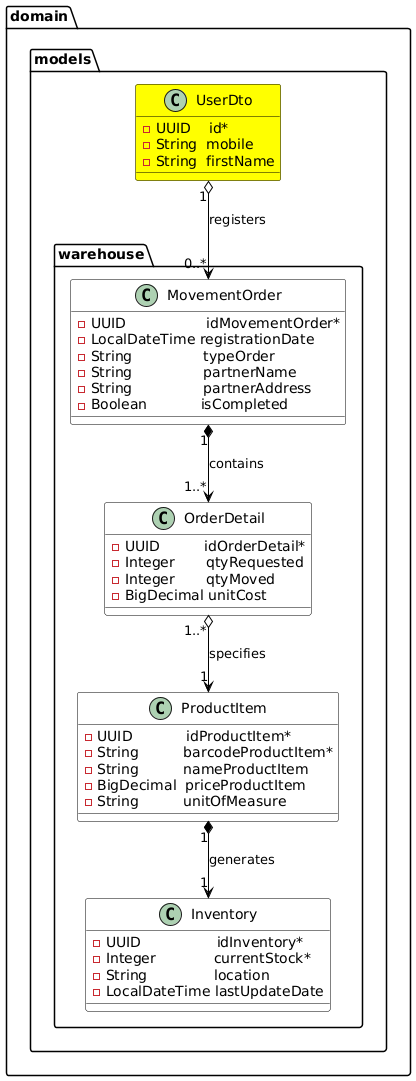
miw-upm/apaw-practice keeps this PlantUML diagram as docs/warehouse.png. Above is the earlier version. The source it was exported from:
```plantuml
@startuml
skinparam class {
    BackgroundColor White
    BorderColor Black
    ArrowColor Black
}

package domain {

  package models {

    class UserDto #Yellow  {
        - UUID    id*
        - String  mobile
        - String  firstName
    }

    package "warehouse" {

      class MovementOrder {
        - UUID                  idMovementOrder*
        - LocalDateTime registrationDate
        - String                typeOrder
        - String                partnerName
        - String                partnerAddress
        - Boolean            isCompleted
      }

      class OrderDetail {
        - UUID          idOrderDetail*
        - Integer       qtyRequested
        - Integer       qtyMoved
        - BigDecimal unitCost
      }

      class ProductItem  {
        - UUID            idProductItem*
        - String          barcodeProductItem*
        - String          nameProductItem
        - BigDecimal  priceProductItem
        - String          unitOfMeasure
      }

      class Inventory {
        - UUID                 idInventory*
        - Integer             currentStock*
        - String               location
        - LocalDateTime lastUpdateDate
      }

      MovementOrder "1" *--> "1..*" OrderDetail : contains
      OrderDetail "1..*" o--> "1" ProductItem  : specifies
      ProductItem  "1" *--> "1" Inventory : generates

    }

    UserDto "1" o--> "0..*" MovementOrder : registers

  }

}
@enduml
```
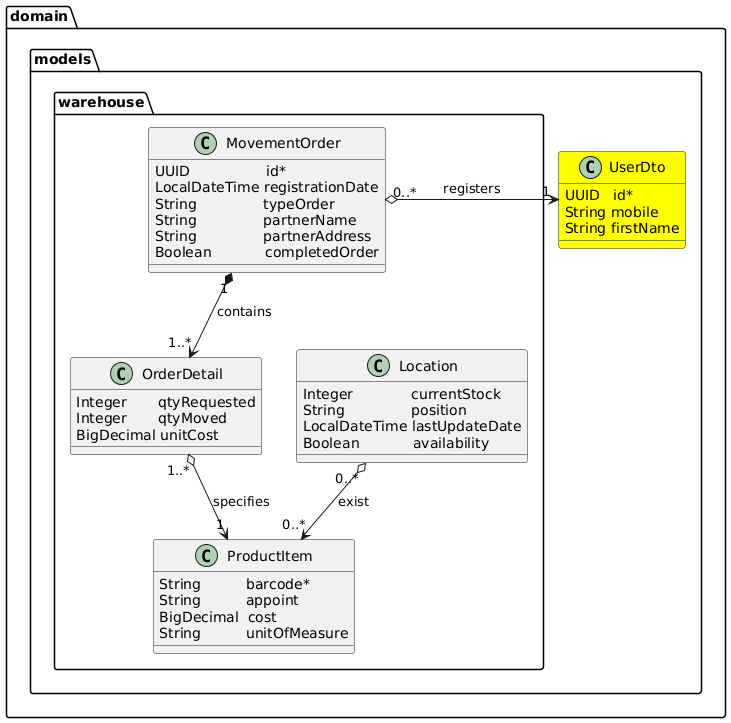
The same file after the commit.

Commit message:
changing warehouse model & classes

Change to the diagram source:
```diff
@@ -1,62 +1,50 @@
 @startuml
-skinparam class {
-    BackgroundColor White
-    BorderColor Black
-    ArrowColor Black
-}
-
 package domain {
-
   package models {
-
-    class UserDto #Yellow  {
-        - UUID    id*
-        - String  mobile
-        - String  firstName
+    class UserDto #Yellow {
+      UUID   id*
+      String mobile
+      String firstName
     }
 
-    package "warehouse" {
-
+    package warehouse {
       class MovementOrder {
-        - UUID                  idMovementOrder*
-        - LocalDateTime registrationDate
-        - String                typeOrder
-        - String                partnerName
-        - String                partnerAddress
-        - Boolean            isCompleted
+        UUID                 id*
+        LocalDateTime registrationDate
+        String               typeOrder
+        String               partnerName
+        String               partnerAddress
+        Boolean            completedOrder
       }
 
       class OrderDetail {
-        - UUID          idOrderDetail*
-        - Integer       qtyRequested
-        - Integer       qtyMoved
-        - BigDecimal unitCost
+        Integer       qtyRequested
+        Integer       qtyMoved
+        BigDecimal unitCost
       }
 
-      class ProductItem  {
-        - UUID            idProductItem*
-        - String          barcodeProductItem*
-        - String          nameProductItem
-        - BigDecimal  priceProductItem
-        - String          unitOfMeasure
+      class ProductItem {
+        String          barcode*
+        String          appoint
+        BigDecimal  cost
+        String          unitOfMeasure
       }
 
-      class Inventory {
-        - UUID                 idInventory*
-        - Integer             currentStock*
-        - String               location
-        - LocalDateTime lastUpdateDate
+      class Location {
+        Integer             currentStock
+        String               position
+        LocalDateTime lastUpdateDate
+        Boolean            availability
       }
 
-      MovementOrder "1" *--> "1..*" OrderDetail : contains
-      OrderDetail "1..*" o--> "1" ProductItem  : specifies
-      ProductItem  "1" *--> "1" Inventory : generates
+      UserDto "1" <-left-o  "0..*" MovementOrder : registers
 
+    MovementOrder "1" *--> "1..*" OrderDetail : contains
+
+    OrderDetail "1..*" o--> "1" ProductItem : specifies
+
+    ProductItem "0..*" <-up-o "0..*" Location : exist
     }
-
-    UserDto "1" o--> "0..*" MovementOrder : registers
-
   }
-
 }
 @enduml
```
